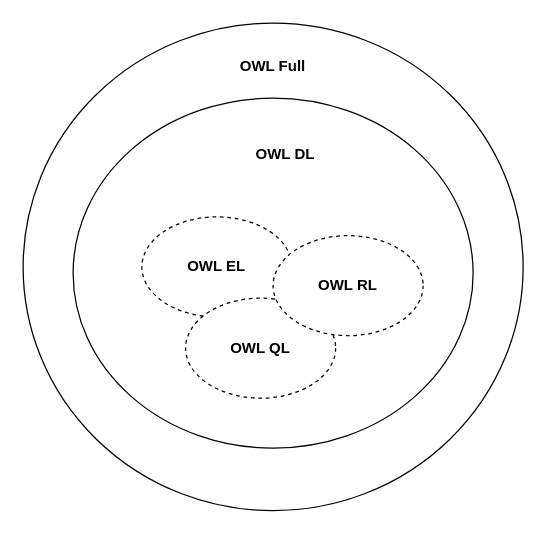
Before: images/posts/kg-interviews/owl.drawio in ThomasThelen/thomasthelen.github.io, a draw.io diagram. Source tidied: cells renumbered, new cells numbered last; positions are measured from the earlier drawing's top-left corner, leaving out a move shared by most shapes. Both pictures are drawn from the tidied source at 125%, with x=0, y=0 at pixel (22, 22).
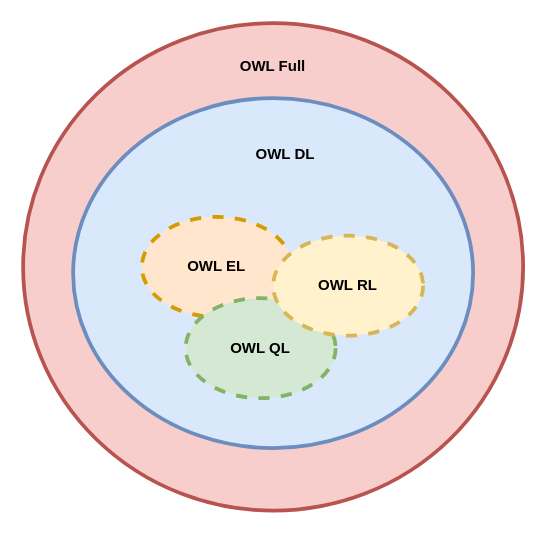
Above is the later version.

Change to the diagram source:
```diff
@@
 <mxGraphModel>
   <root>
     <mxCell id="0" />
     <mxCell id="1" parent="0" />
-    <mxCell id="2" style="ellipse;whiteSpace=wrap;html=1;" parent="1" vertex="1">
+    <mxCell id="2" style="ellipse;whiteSpace=wrap;html=1;strokeWidth=3;fillColor=#f8cecc;strokeColor=#b85450;" parent="1" vertex="1">
       <mxGeometry width="400" height="390" as="geometry" />
     </mxCell>
-    <mxCell id="3" style="ellipse;whiteSpace=wrap;html=1;" parent="1" vertex="1">
+    <mxCell id="3" style="ellipse;whiteSpace=wrap;html=1;strokeWidth=3;fillColor=#dae8fc;strokeColor=#6c8ebf;" parent="1" vertex="1">
       <mxGeometry x="40" y="60" width="320" height="280" as="geometry" />
     </mxCell>
-    <mxCell id="4" value="OWL EL" style="ellipse;whiteSpace=wrap;html=1;dashed=1;fontStyle=1;" parent="1" vertex="1">
+    <mxCell id="4" value="OWL EL" style="ellipse;whiteSpace=wrap;html=1;dashed=1;fontStyle=1;strokeWidth=3;fillColor=#ffe6cc;strokeColor=#d79b00;" parent="1" vertex="1">
       <mxGeometry x="95" y="155" width="120" height="80" as="geometry" />
     </mxCell>
     <mxCell id="5" value="OWL Full" style="text;html=1;strokeColor=none;fillColor=none;align=center;verticalAlign=middle;whiteSpace=wrap;rounded=0;fontStyle=1;" parent="1" vertex="1">
       <mxGeometry x="170" y="20" width="60" height="30" as="geometry" />
     </mxCell>
-    <mxCell id="6" value="OWL QL" style="ellipse;whiteSpace=wrap;html=1;dashed=1;fontStyle=1;" parent="1" vertex="1">
+    <mxCell id="6" value="OWL QL" style="ellipse;whiteSpace=wrap;html=1;dashed=1;fontStyle=1;strokeWidth=3;fillColor=#d5e8d4;strokeColor=#82b366;" parent="1" vertex="1">
       <mxGeometry x="130" y="220" width="120" height="80" as="geometry" />
     </mxCell>
-    <mxCell id="7" value="OWL RL" style="ellipse;whiteSpace=wrap;html=1;dashed=1;fontStyle=1;" parent="1" vertex="1">
+    <mxCell id="7" value="OWL RL" style="ellipse;whiteSpace=wrap;html=1;dashed=1;fontStyle=1;strokeWidth=3;fillColor=#fff2cc;strokeColor=#d6b656;" parent="1" vertex="1">
       <mxGeometry x="200" y="170" width="120" height="80" as="geometry" />
     </mxCell>
     <mxCell id="8" value="OWL DL" style="text;html=1;strokeColor=none;fillColor=none;align=center;verticalAlign=middle;whiteSpace=wrap;rounded=0;fontStyle=1;" parent="1" vertex="1">
       <mxGeometry x="180" y="90" width="60" height="30" as="geometry" />
     </mxCell>
   </root>
 </mxGraphModel>
```
